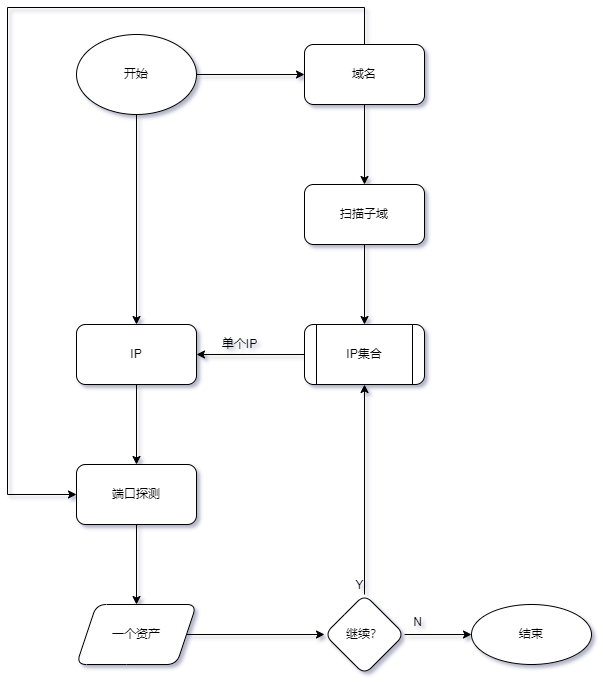
Greetdawn/poodlescan keeps this draw.io diagram as img/概要设计扫描模块流程图.drawio.png. Above is the earlier version. Source tidied: cells renumbered, new cells last; positions are measured from the earlier drawing's top-left corner, leaving out a move shared by most shapes.
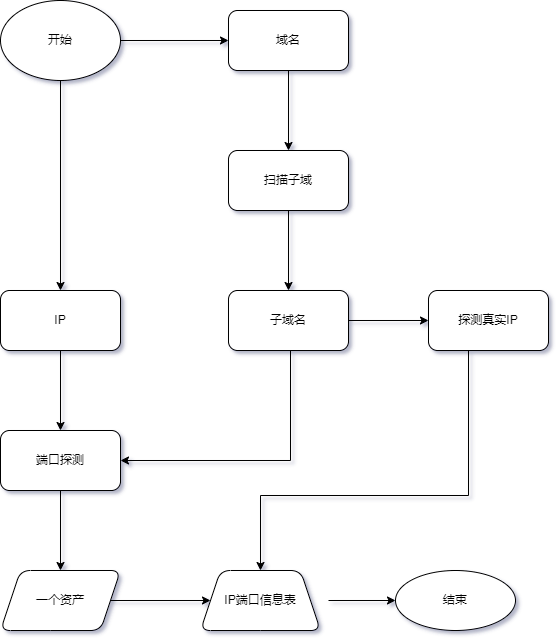
Above is the later version.

Commit message:
更新扫描模块图

Diff of the diagram source:
```diff
@@ -11,33 +11,15 @@
     <mxCell id="4" style="edgeStyle=orthogonalEdgeStyle;rounded=0;jettySize=auto;html=1;" parent="1" edge="1" source="6" target="8">
       <mxGeometry relative="1" as="geometry" />
     </mxCell>
-    <mxCell id="5" style="edgeStyle=orthogonalEdgeStyle;rounded=0;jettySize=auto;html=1;entryX=0;entryY=0.5;entryDx=0;entryDy=0;" parent="1" edge="1" source="6" target="13">
-      <mxGeometry relative="1" as="geometry">
-        <Array as="points">
-          <mxPoint x="357" />
-          <mxPoint />
-          <mxPoint y="487" />
-        </Array>
-      </mxGeometry>
-    </mxCell>
     <mxCell id="6" value="域名" style="rounded=1;whiteSpace=wrap;html=1;" parent="1" vertex="1">
       <mxGeometry x="297" y="37" width="120" height="60" as="geometry" />
     </mxCell>
-    <mxCell id="7" style="edgeStyle=orthogonalEdgeStyle;rounded=0;jettySize=auto;html=1;" parent="1" edge="1" source="8" target="10">
-      <mxGeometry relative="1" as="geometry" />
-    </mxCell>
+    <mxCell id="25" style="edgeStyle=orthogonalEdgeStyle;rounded=0;jettySize=auto;html=1;" parent="1" edge="1" source="8" target="29">
+      <mxGeometry relative="1" as="geometry" />
+    </mxCell>
     <mxCell id="8" value="扫描子域" style="rounded=1;whiteSpace=wrap;html=1;" parent="1" vertex="1">
       <mxGeometry x="297" y="177" width="120" height="60" as="geometry" />
     </mxCell>
-    <mxCell id="9" style="edgeStyle=orthogonalEdgeStyle;rounded=0;jettySize=auto;html=1;" parent="1" edge="1" source="10" target="3">
-      <mxGeometry relative="1" as="geometry" />
-    </mxCell>
-    <mxCell id="10" value="IP集合" style="shape=process;whiteSpace=wrap;html=1;backgroundOutline=1;rounded=1;" parent="1" vertex="1">
-      <mxGeometry x="297" y="317" width="120" height="60" as="geometry" />
-    </mxCell>
-    <mxCell id="11" value="单个IP" style="text;html=1;align=center;verticalAlign=middle;strokeColor=none;fillColor=none;" parent="1" vertex="1">
-      <mxGeometry x="209" y="328" width="45" height="18" as="geometry" />
-    </mxCell>
     <mxCell id="12" style="edgeStyle=orthogonalEdgeStyle;rounded=0;jettySize=auto;html=1;" parent="1" edge="1" source="13" target="18">
       <mxGeometry relative="1" as="geometry" />
     </mxCell>
@@ -53,29 +35,46 @@
     <mxCell id="16" value="开始" style="ellipse;whiteSpace=wrap;html=1;" parent="1" vertex="1">
       <mxGeometry x="69" y="27" width="120" height="80" as="geometry" />
     </mxCell>
-    <mxCell id="17" style="edgeStyle=orthogonalEdgeStyle;rounded=0;jettySize=auto;html=1;" parent="1" edge="1" source="18" target="22">
-      <mxGeometry relative="1" as="geometry" />
-    </mxCell>
+    <mxCell id="26" style="edgeStyle=orthogonalEdgeStyle;rounded=0;jettySize=auto;html=1;" parent="1" edge="1" source="18" target="30">
+      <mxGeometry relative="1" as="geometry" />
+    </mxCell>
     <mxCell id="18" value="一个资产" style="shape=parallelogram;perimeter=parallelogramPerimeter;whiteSpace=wrap;html=1;fixedSize=1;rounded=1;" parent="1" vertex="1">
       <mxGeometry x="69" y="597" width="120" height="60" as="geometry" />
     </mxCell>
     <mxCell id="19" value="结束" style="ellipse;whiteSpace=wrap;html=1;rounded=1;" parent="1" vertex="1">
       <mxGeometry x="464" y="597" width="120" height="60" as="geometry" />
     </mxCell>
-    <mxCell id="20" style="edgeStyle=orthogonalEdgeStyle;rounded=0;jettySize=auto;html=1;entryX=0.5;entryY=1;entryDx=0;entryDy=0;" parent="1" edge="1" source="22" target="10">
-      <mxGeometry relative="1" as="geometry" />
-    </mxCell>
-    <mxCell id="21" style="edgeStyle=orthogonalEdgeStyle;rounded=0;jettySize=auto;html=1;exitX=1;exitY=0.5;exitDx=0;exitDy=0;entryX=0;entryY=0.5;entryDx=0;entryDy=0;" parent="1" edge="1" source="22" target="19">
-      <mxGeometry relative="1" as="geometry" />
+    <mxCell id="21" style="edgeStyle=orthogonalEdgeStyle;rounded=0;jettySize=auto;html=1;exitX=1;exitY=0.5;exitDx=0;exitDy=0;entryX=0;entryY=0.5;entryDx=0;entryDy=0;" parent="1" edge="1" target="19">
+      <mxGeometry relative="1" as="geometry">
+        <mxPoint x="397" y="627" as="sourcePoint" />
+      </mxGeometry>
     </mxCell>
-    <mxCell id="22" value="继续？" style="rhombus;whiteSpace=wrap;html=1;rounded=1;" parent="1" vertex="1">
-      <mxGeometry x="317" y="587" width="80" height="80" as="geometry" />
-    </mxCell>
-    <mxCell id="23" value="Y" style="text;html=1;align=center;verticalAlign=middle;strokeColor=none;fillColor=none;" parent="1" vertex="1">
-      <mxGeometry x="343" y="569" width="18" height="18" as="geometry" />
-    </mxCell>
-    <mxCell id="24" value="N" style="text;html=1;align=center;verticalAlign=middle;strokeColor=none;fillColor=none;" parent="1" vertex="1">
-      <mxGeometry x="400" y="606" width="19" height="18" as="geometry" />
-    </mxCell>
+    <mxCell id="27" style="edgeStyle=orthogonalEdgeStyle;rounded=0;jettySize=auto;html=1;entryX=1;entryY=0.5;entryDx=0;entryDy=0;" parent="1" edge="1" source="29" target="13">
+      <mxGeometry relative="1" as="geometry">
+        <Array as="points">
+          <mxPoint x="359" y="487" />
+        </Array>
+      </mxGeometry>
+    </mxCell>
+    <mxCell id="28" style="edgeStyle=orthogonalEdgeStyle;rounded=0;jettySize=auto;html=1;" parent="1" edge="1" source="29" target="32">
+      <mxGeometry relative="1" as="geometry" />
+    </mxCell>
+    <mxCell id="29" value="子域名" style="whiteSpace=wrap;html=1;rounded=1;" parent="1" vertex="1">
+      <mxGeometry x="297" y="317" width="120" height="60" as="geometry" />
+    </mxCell>
+    <mxCell id="30" value="IP端口信息表" style="shape=trapezoid;perimeter=trapezoidPerimeter;whiteSpace=wrap;html=1;fixedSize=1;rounded=1;" parent="1" vertex="1">
+      <mxGeometry x="269" y="597" width="120" height="60" as="geometry" />
+    </mxCell>
+    <mxCell id="31" style="edgeStyle=orthogonalEdgeStyle;rounded=0;jettySize=auto;html=1;entryX=0.5;entryY=0;entryDx=0;entryDy=0;" parent="1" edge="1" source="32" target="30">
+      <mxGeometry relative="1" as="geometry">
+        <Array as="points">
+          <mxPoint x="537" y="522" />
+          <mxPoint x="329" y="522" />
+        </Array>
+      </mxGeometry>
+    </mxCell>
+    <mxCell id="32" value="探测真实IP" style="whiteSpace=wrap;html=1;rounded=1;" parent="1" vertex="1">
+      <mxGeometry x="497" y="317" width="120" height="60" as="geometry" />
+    </mxCell>
   </root>
 </mxGraphModel>
```
